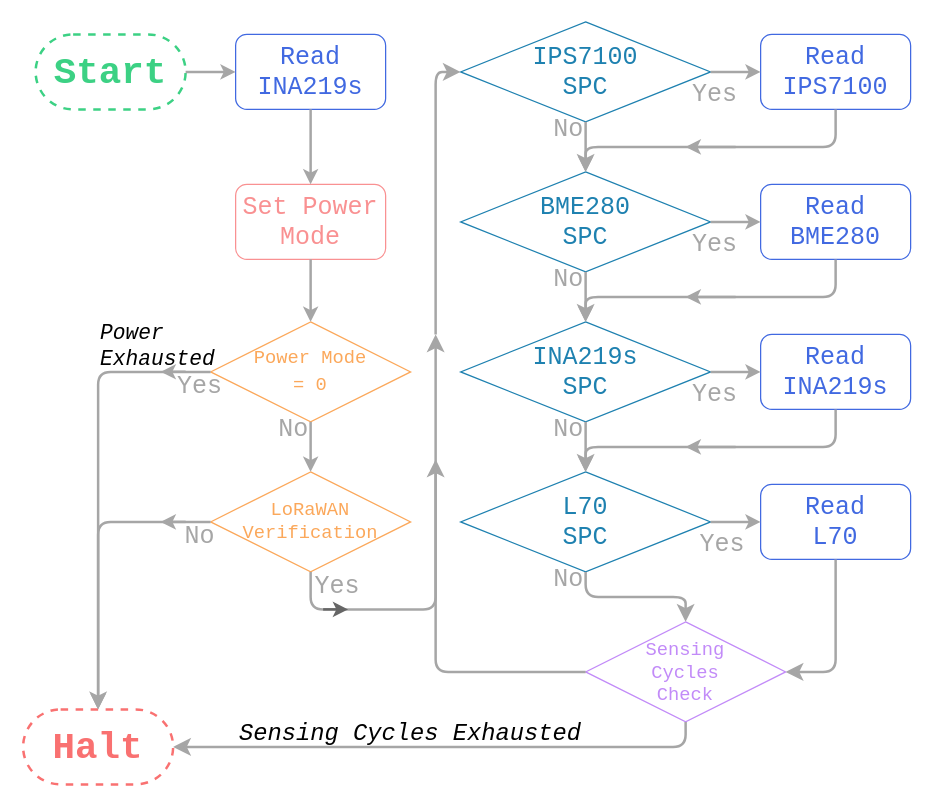
Before: resources/Operation.drawio in mi3nts/LoRaWANNodes, a draw.io diagram. Source tidied: cells renumbered, new cells numbered last; positions are measured from the earlier drawing's top-left corner, leaving out a move shared by most shapes. Both pictures are drawn from the tidied source at 125%, with x=0, y=0 at pixel (22, 21).
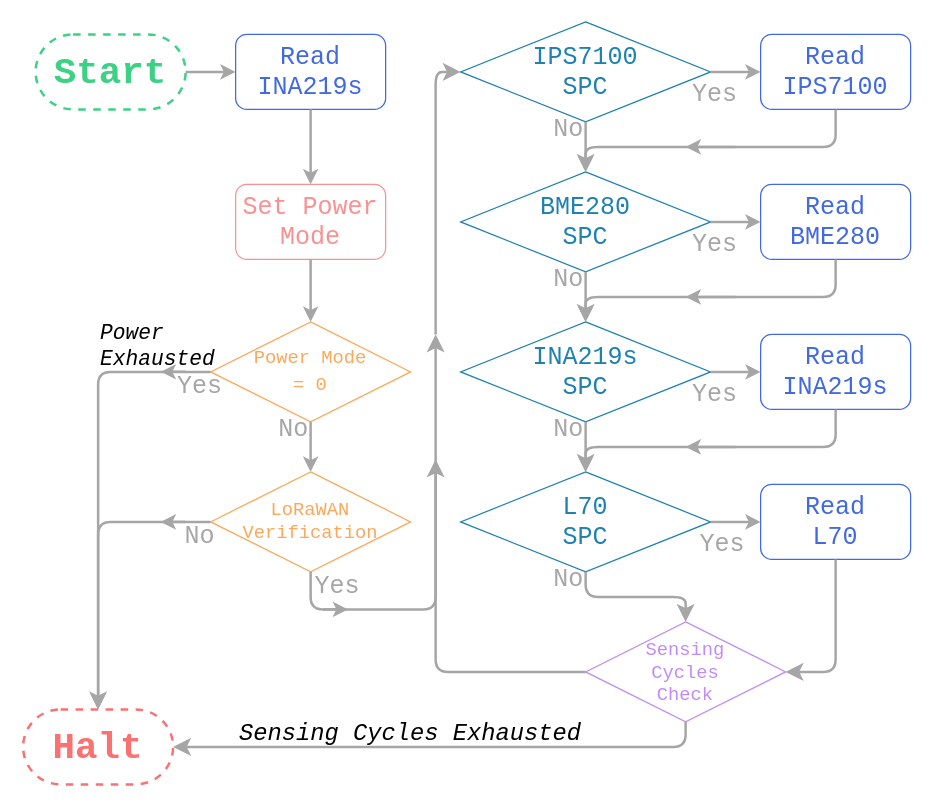
The same diagram, later.

The edit, as a diff of the source:
```diff
@@
-    <mxCell id="38" style="endArrow=classic;html=1;rounded=0;strokeWidth=2;strokeColor=#666666;" parent="1" edge="1">
+    <mxCell id="38" style="endArrow=classic;html=1;rounded=0;strokeWidth=2;strokeColor=#A6A6A6;" parent="1" edge="1">
       <mxGeometry relative="1" as="geometry">
         <mxPoint x="240" y="470" as="sourcePoint" />
         <mxPoint x="260" y="470" as="targetPoint" />
       </mxGeometry>
     </mxCell>
```
